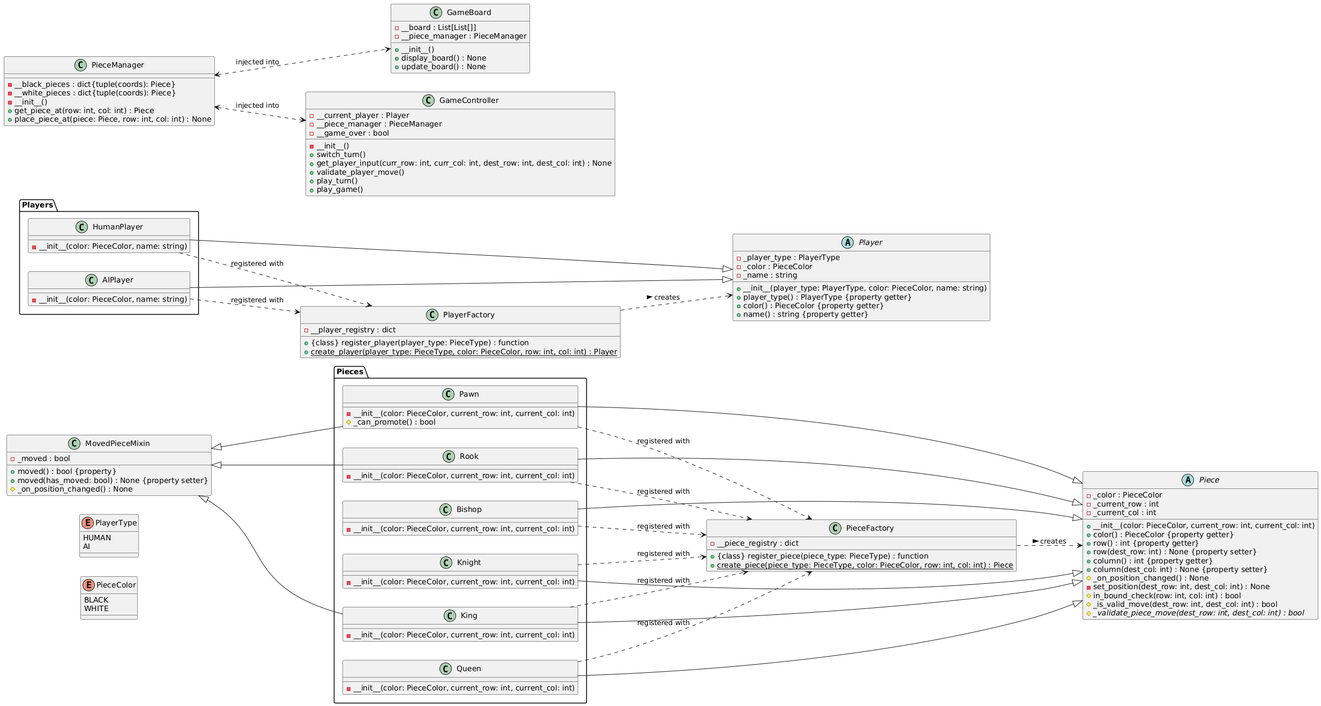
This is ChessLite/class_diagrams/chess_uml_diagram.png from bharath-temp/ChessLite, a PlantUML export, as it was before one commit.
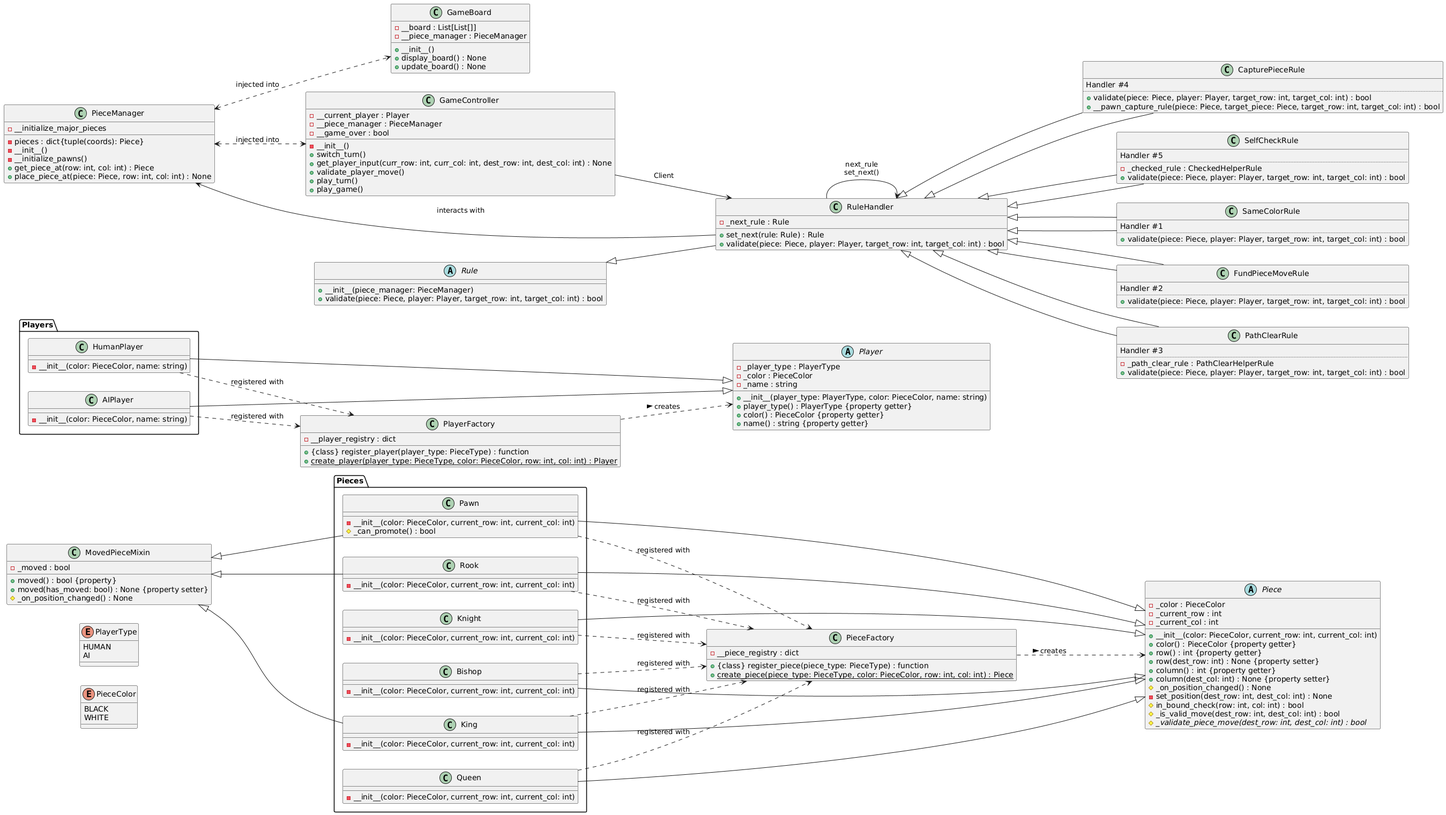
After the commit.

Commit message:
docs: update uml to reflect rules

The edit, as a diff of the source:
```diff
@@ -103,9 +103,10 @@
 }
 
 class PieceManager {
-    - __black_pieces : dict{tuple(coords): Piece}
-    - __white_pieces : dict{tuple(coords): Piece}
+    - pieces : dict{tuple(coords): Piece}
     - __init__()
+    - __initialize_pawns()
+    - __initialize_major_pieces
     + get_piece_at(row: int, col: int) : Piece
     + place_piece_at(piece: Piece, row: int, col: int) : None
 }
@@ -120,6 +121,50 @@
     + validate_player_move()
     + play_turn()
     + play_game()
+}
+
+abstract class Rule {
+    + __init__(piece_manager: PieceManager)
+    + validate(piece: Piece, player: Player, target_row: int, target_col: int) : bool
+}
+
+class RuleHandler extends Rule {
+    - _next_rule : Rule
+    + set_next(rule: Rule) : Rule
+    + validate(piece: Piece, player: Player, target_row: int, target_col: int) : bool
+}
+
+class SameColorRule extends RuleHandler {
+    Handler #1
+    ..
+    + validate(piece: Piece, player: Player, target_row: int, target_col: int) : bool
+}
+
+class FundPieceMoveRule extends RuleHandler {
+    Handler #2
+    ..
+    + validate(piece: Piece, player: Player, target_row: int, target_col: int) : bool
+}
+
+class PathClearRule extends RuleHandler {
+    Handler #3
+    ..
+    - _path_clear_rule : PathClearHelperRule
+    + validate(piece: Piece, player: Player, target_row: int, target_col: int) : bool
+}
+
+class CapturePieceRule extends RuleHandler {
+    Handler #4
+    ..
+    + validate(piece: Piece, player: Player, target_row: int, target_col: int) : bool
+    + __pawn_capture_rule(piece: Piece, target_piece: Piece, target_row: int, target_col: int) : bool
+}
+
+class SelfCheckRule extends RuleHandler {
+    Handler #5
+    ..
+    - _checked_rule : CheckedHelperRule
+    + validate(piece: Piece, player: Player, target_row: int, target_col: int) : bool
 }
 
 Piece <|-- Pawn
@@ -150,4 +195,15 @@
 
 PieceManager <..> GameController : "injected into"
 PieceManager <..> GameBoard : "injected into"
+
+GameController --> RuleHandler : "Client"
+
+RuleHandler --> PieceManager : "interacts with"
+RuleHandler <|-- SameColorRule
+RuleHandler <|-- FundPieceMoveRule
+RuleHandler <|-- PathClearRule
+RuleHandler <|-- CapturePieceRule
+RuleHandler <|-- SelfCheckRule
+
+RuleHandler --> RuleHandler : "next_rule\nset_next()"
 @enduml
```
